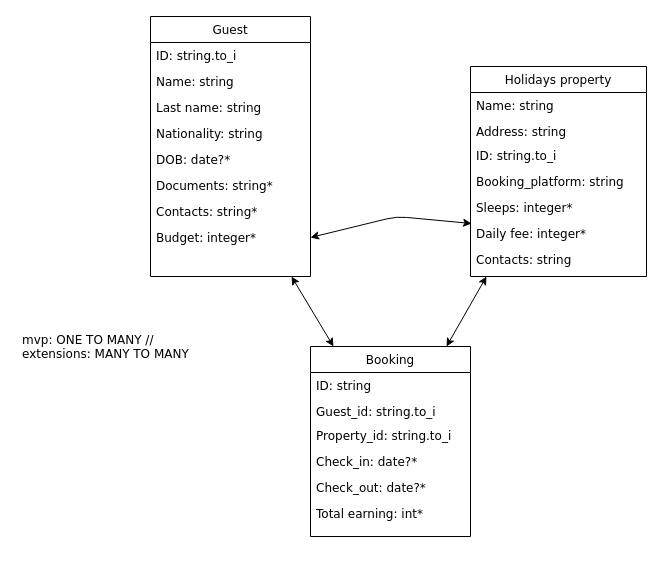
Above: CoHosting Diagram.drawio in saracastellino/wiggo_property_manager (draw.io), before the change. Source tidied: cells renumbered, new cells numbered last; positions are measured from the earlier drawing's top-left corner, leaving out a move shared by most shapes. Both pictures are drawn from the tidied source at 100%, with x=0, y=0 at pixel (16, 16).
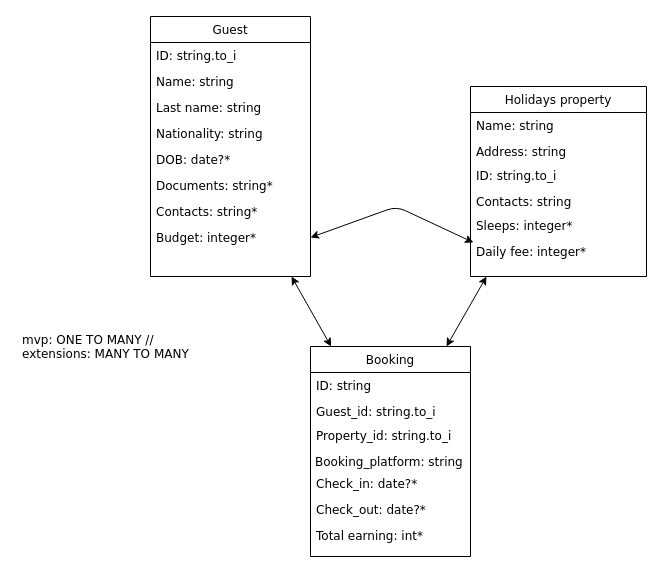
Above is the later version.

Unchanged cells that the change refers to:
```xml
<mxCell id="10" value="Budget: integer*" style="text;align=left;verticalAlign=top;spacingLeft=4;spacingRight=4;overflow=hidden;points=[[0,0.5],[1,0.5]];portConstraint=eastwest;rounded=0;shadow=0;html=0;fontFamily=Verdana;" parent="2" vertex="1">
  <mxGeometry y="208" width="160" height="26" as="geometry" />
</mxCell>
```

The edit, as a diff of the source:
```diff
@@
     <mxCell id="11" value="Booking" style="swimlane;fontStyle=0;align=center;verticalAlign=top;horizontal=1;startSize=26;rounded=0;shadow=0;strokeWidth=1;fontFamily=Verdana;" parent="1" vertex="1">
-      <mxGeometry x="294" y="330" width="160" height="190" as="geometry" />
+      <mxGeometry x="294" y="330" width="160" height="210" as="geometry" />
     </mxCell>
@@
     <mxCell id="15" value="Holidays property" style="swimlane;fontStyle=0;align=center;verticalAlign=top;horizontal=1;startSize=26;rounded=0;shadow=0;strokeWidth=1;fontFamily=Verdana;" parent="1" vertex="1">
-      <mxGeometry x="454" y="50" width="176" height="210" as="geometry" />
+      <mxGeometry x="454" y="70" width="176" height="190" as="geometry" />
     </mxCell>
@@
-    <mxCell id="19" value="Booking_platform: string" style="text;align=left;verticalAlign=top;spacingLeft=4;spacingRight=4;overflow=hidden;rounded=0;shadow=0;html=0;fontFamily=Verdana;" parent="15" vertex="1">
-      <mxGeometry y="102" width="176" height="26" as="geometry" />
-    </mxCell>
+    <mxCell id="31" value="Contacts: string" style="text;align=left;verticalAlign=top;spacingLeft=4;spacingRight=4;overflow=hidden;rounded=0;shadow=0;html=0;fontFamily=Verdana;" parent="15" vertex="1">
+      <mxGeometry y="102" width="176" height="24" as="geometry" />
+    </mxCell>
     <mxCell id="20" value="Sleeps: integer*" style="text;align=left;verticalAlign=top;spacingLeft=4;spacingRight=4;overflow=hidden;points=[[0,0.5],[1,0.5]];portConstraint=eastwest;rounded=0;shadow=0;html=0;fontFamily=Verdana;" parent="15" vertex="1">
-      <mxGeometry y="128" width="176" height="26" as="geometry" />
+      <mxGeometry y="126" width="176" height="26" as="geometry" />
     </mxCell>
     <mxCell id="21" value="Daily fee: integer*" style="text;align=left;verticalAlign=top;spacingLeft=4;spacingRight=4;overflow=hidden;points=[[0,0.5],[1,0.5]];portConstraint=eastwest;rounded=0;shadow=0;html=0;fontFamily=Verdana;" parent="15" vertex="1">
-      <mxGeometry y="154" width="176" height="24" as="geometry" />
+      <mxGeometry y="152" width="176" height="24" as="geometry" />
     </mxCell>
@@
-    <mxCell id="23" style="endArrow=classic;startArrow=classic;html=1;exitX=1;exitY=0.5;exitDx=0;exitDy=0;entryX=0.006;entryY=0.125;entryDx=0;entryDy=0;fontFamily=Verdana;entryPerimeter=0;" parent="1" edge="1" source="10" target="21">
+    <mxCell id="23" style="endArrow=classic;startArrow=classic;html=1;exitX=1;exitY=0.5;exitDx=0;exitDy=0;entryX=0.017;entryY=1.154;entryDx=0;entryDy=0;fontFamily=Verdana;entryPerimeter=0;" parent="1" edge="1" source="10" target="20">
       <mxGeometry relative="1" as="geometry">
         <Array as="points">
-          <mxPoint x="380" y="200" />
+          <mxPoint x="380" y="190" />
         </Array>
       </mxGeometry>
     </mxCell>
@@
     <mxCell id="25" style="align=left;verticalAlign=bottom;labelBackgroundColor=none;fontSize=12;fontFamily=Verdana;" parent="1" vertex="1">
-      <mxGeometry x="294" y="434" width="160" as="geometry">
+      <mxGeometry x="294" y="456" width="160" as="geometry">
         <mxPoint y="4" as="offset" />
       </mxGeometry>
     </mxCell>
     <mxCell id="26" value="Check_in: date?*" style="text;align=left;verticalAlign=top;spacingLeft=4;spacingRight=4;overflow=hidden;rounded=0;shadow=0;html=0;fontFamily=Verdana;" parent="1" vertex="1">
-      <mxGeometry x="294" y="432" width="160" height="26" as="geometry" />
+      <mxGeometry x="294" y="454" width="160" height="26" as="geometry" />
     </mxCell>
     <mxCell id="27" value="Check_out: date?*" style="text;align=left;verticalAlign=top;spacingLeft=4;spacingRight=4;overflow=hidden;rounded=0;shadow=0;html=0;fontFamily=Verdana;" parent="1" vertex="1">
-      <mxGeometry x="294" y="458" width="160" height="26" as="geometry" />
+      <mxGeometry x="294" y="480" width="160" height="26" as="geometry" />
     </mxCell>
@@
     <mxCell id="30" value="Total earning: int*" style="text;align=left;verticalAlign=top;spacingLeft=4;spacingRight=4;overflow=hidden;rounded=0;shadow=0;html=0;fontFamily=Verdana;" parent="1" vertex="1">
-      <mxGeometry x="294" y="484" width="160" height="26" as="geometry" />
+      <mxGeometry x="294" y="506" width="160" height="26" as="geometry" />
     </mxCell>
-    <mxCell id="31" value="Contacts: string" style="text;align=left;verticalAlign=top;spacingLeft=4;spacingRight=4;overflow=hidden;rounded=0;shadow=0;html=0;fontFamily=Verdana;" parent="1" vertex="1">
-      <mxGeometry x="454" y="230" width="176" height="24" as="geometry" />
-    </mxCell>
+    <mxCell id="19" value="Booking_platform: string" style="text;align=left;verticalAlign=top;spacingLeft=4;spacingRight=4;overflow=hidden;rounded=0;shadow=0;html=0;fontFamily=Verdana;" parent="1" vertex="1">
+      <mxGeometry x="293" y="432" width="176" height="26" as="geometry" />
+    </mxCell>
```
